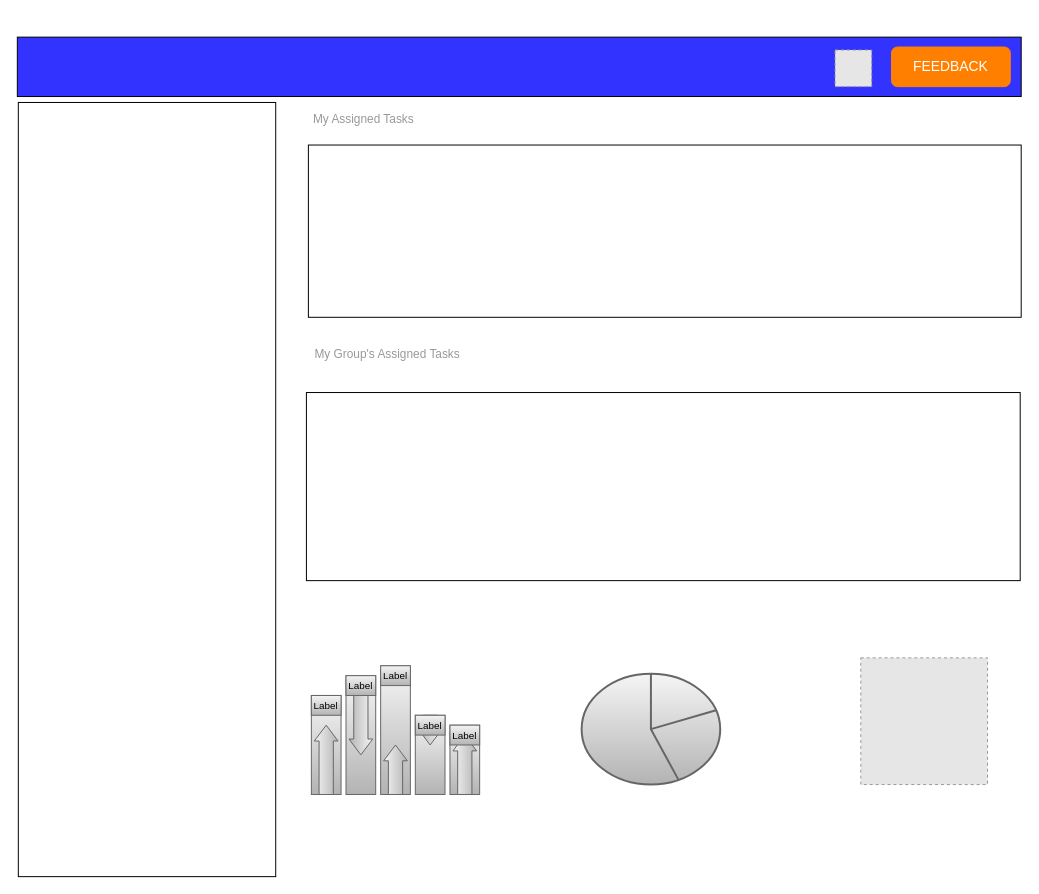
This is page "ESMTLike" (4 of 15) of Drawings/DashboardDraft.drawio from flare891/rmslow, a draw.io file, before an edit. Source tidied: cells renumbered, new cells numbered last; positions are measured from the earlier drawing's top-left corner, leaving out a move shared by most shapes. Both pictures are drawn from the tidied source at 99%, with x=0, y=0 at pixel (-241, 37). Pictures stored in the file or linked from it are replaced by grey dashed boxes.
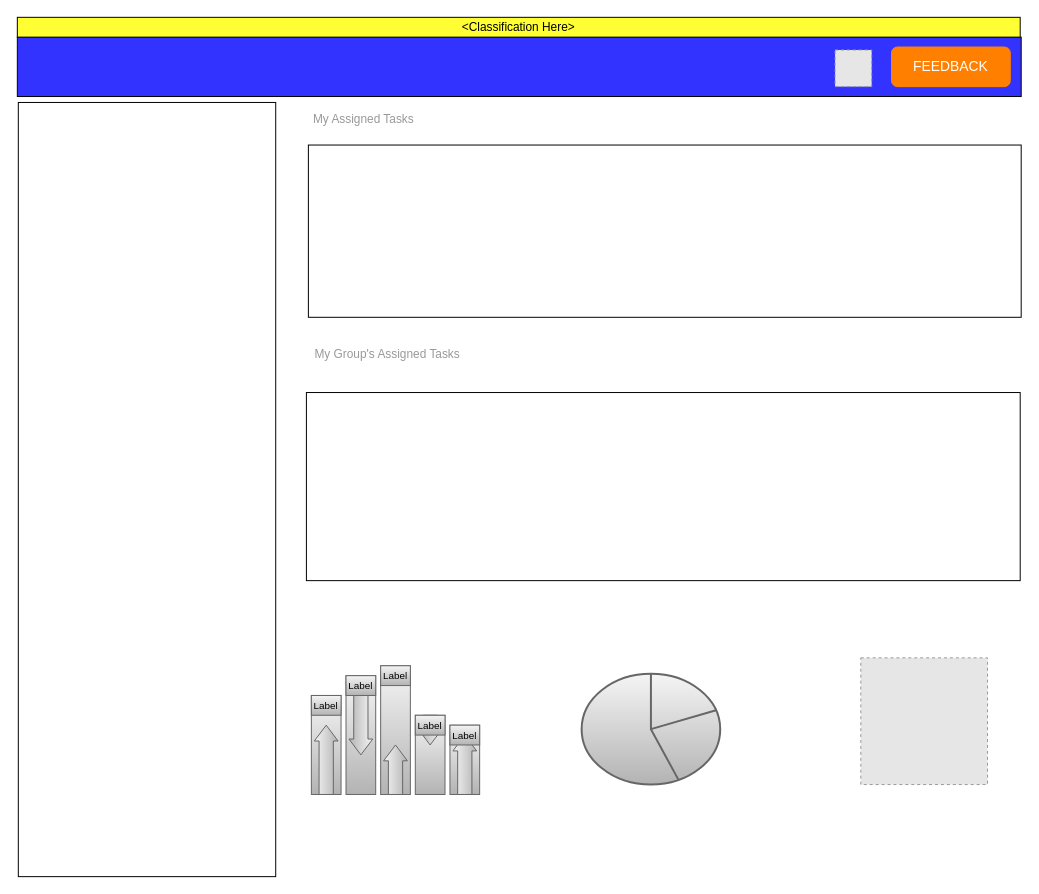
The same diagram, later.

Diff of the diagram source:
```diff
@@
+    <mxCell id="27" value="&amp;lt;Classification Here&amp;gt;" style="rounded=0;whiteSpace=wrap;html=1;shadow=0;sketch=0;fontSize=12;align=center;fillColor=#FFFF33;" parent="1" vertex="1">
+      <mxGeometry x="260" y="-20" width="1013" height="20" as="geometry" />
+    </mxCell>
```
